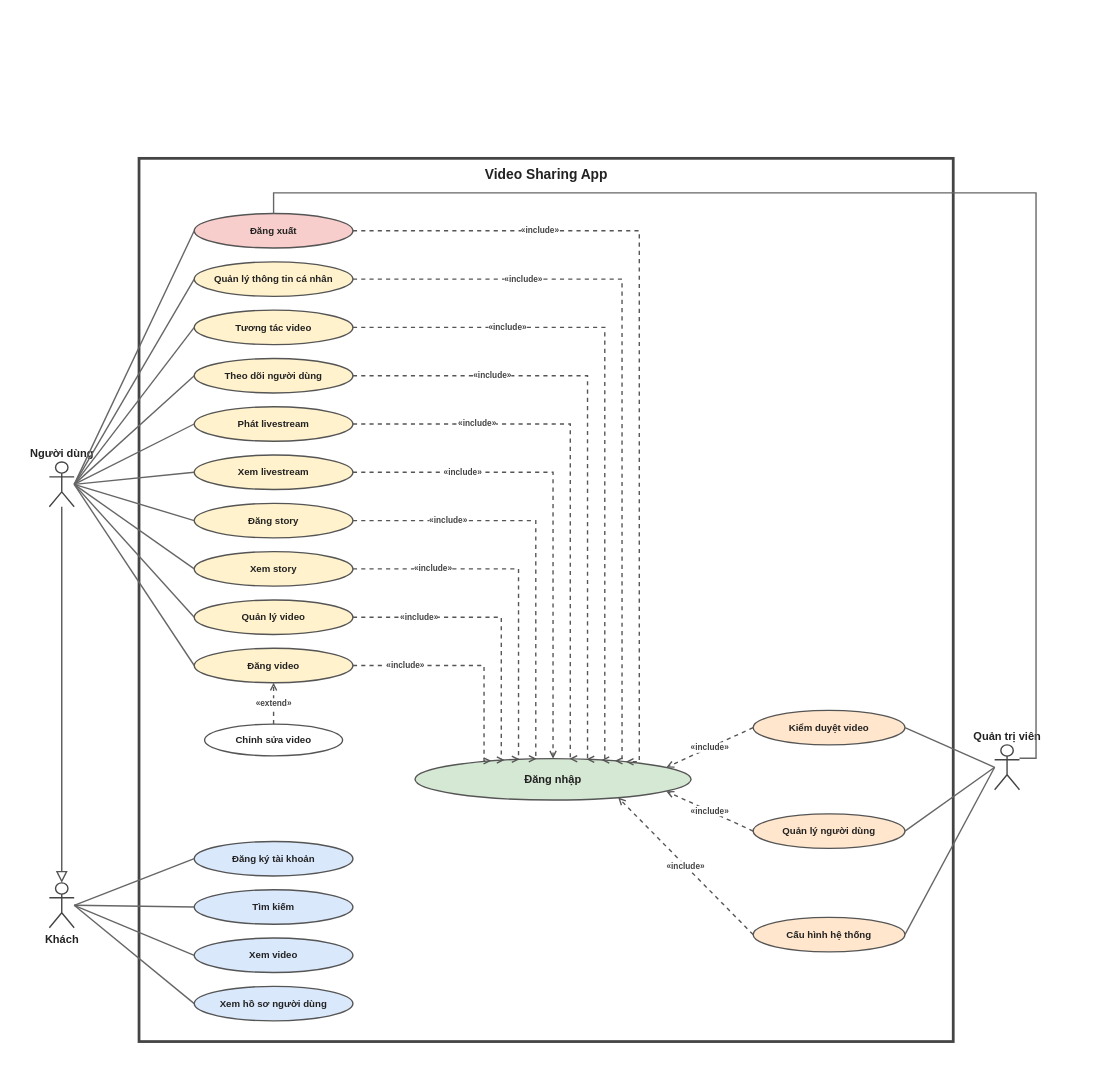
Earlier version of the draw.io diagram docs/uml/01_usecase.drawio (khanh2925/video-sharing-app). Source tidied: cells renumbered, new cells numbered last; positions are measured from the earlier drawing's top-left corner, leaving out a move shared by most shapes. Both pictures are drawn from the tidied source at 69%, with x=0, y=0 at pixel (49, 158).
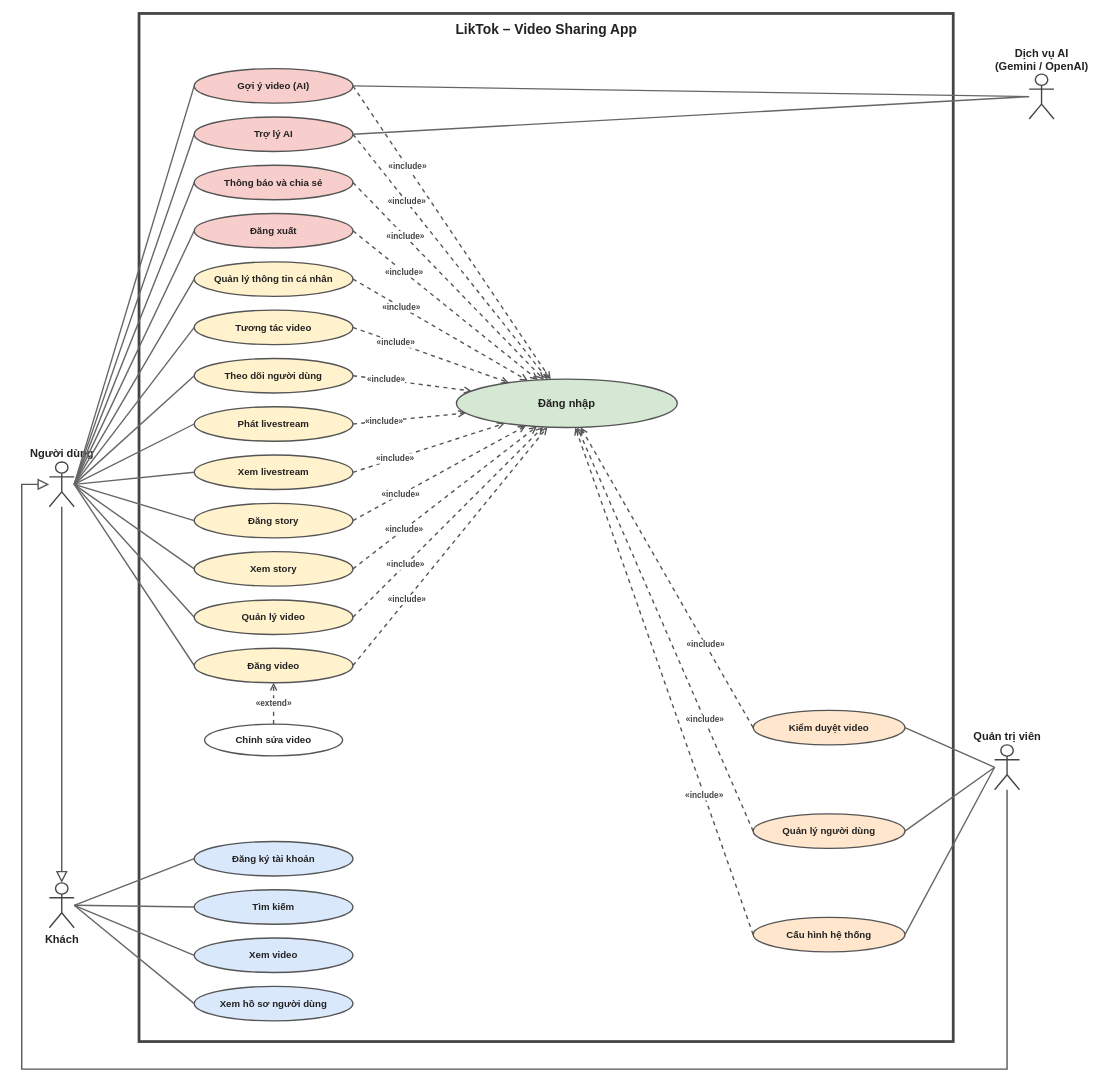
The same page after the edit.

The change refers to these unchanged cells:
```xml
<mxCell id="4" value="Người dùng" style="shape=umlActor;verticalLabelPosition=top;verticalAlign=bottom;html=1;fontFamily=Arial;fontSize=16;fontStyle=1;strokeColor=#444444;strokeWidth=2;fontColor=#222222;" parent="1" vertex="1">
  <mxGeometry y="440" width="36" height="65" as="geometry" />
</mxCell>
<mxCell id="5" value="Đăng xuất" style="ellipse;whiteSpace=wrap;html=1;fontFamily=Arial;fontSize=14;fontStyle=1;strokeColor=#555555;strokeWidth=2;fillColor=#f8cecc;fontColor=#222222;" parent="1" vertex="1">
  <mxGeometry x="210" y="80" width="230" height="50" as="geometry" />
</mxCell>
<mxCell id="6" value="Quản lý thông tin cá nhân" style="ellipse;whiteSpace=wrap;html=1;fontFamily=Arial;fontSize=14;fontStyle=1;strokeColor=#555555;strokeWidth=2;fillColor=#fff2cc;fontColor=#222222;" parent="1" vertex="1">
  <mxGeometry x="210" y="150" width="230" height="50" as="geometry" />
</mxCell>
<mxCell id="7" value="Tương tác video" style="ellipse;whiteSpace=wrap;html=1;fontFamily=Arial;fontSize=14;fontStyle=1;strokeColor=#555555;strokeWidth=2;fillColor=#fff2cc;fontColor=#222222;" parent="1" vertex="1">
  <mxGeometry x="210" y="220" width="230" height="50" as="geometry" />
</mxCell>
<mxCell id="8" value="Theo dõi người dùng" style="ellipse;whiteSpace=wrap;html=1;fontFamily=Arial;fontSize=14;fontStyle=1;strokeColor=#555555;strokeWidth=2;fillColor=#fff2cc;fontColor=#222222;" parent="1" vertex="1">
  <mxGeometry x="210" y="290" width="230" height="50" as="geometry" />
</mxCell>
<mxCell id="9" value="Phát livestream" style="ellipse;whiteSpace=wrap;html=1;fontFamily=Arial;fontSize=14;fontStyle=1;strokeColor=#555555;strokeWidth=2;fillColor=#fff2cc;fontColor=#222222;" parent="1" vertex="1">
  <mxGeometry x="210" y="360" width="230" height="50" as="geometry" />
</mxCell>
<mxCell id="10" value="Xem livestream" style="ellipse;whiteSpace=wrap;html=1;fontFamily=Arial;fontSize=14;fontStyle=1;strokeColor=#555555;strokeWidth=2;fillColor=#fff2cc;fontColor=#222222;" parent="1" vertex="1">
  <mxGeometry x="210" y="430" width="230" height="50" as="geometry" />
</mxCell>
<mxCell id="11" value="Đăng story" style="ellipse;whiteSpace=wrap;html=1;fontFamily=Arial;fontSize=14;fontStyle=1;strokeColor=#555555;strokeWidth=2;fillColor=#fff2cc;fontColor=#222222;" parent="1" vertex="1">
  <mxGeometry x="210" y="500" width="230" height="50" as="geometry" />
</mxCell>
<mxCell id="12" value="Xem story" style="ellipse;whiteSpace=wrap;html=1;fontFamily=Arial;fontSize=14;fontStyle=1;strokeColor=#555555;strokeWidth=2;fillColor=#fff2cc;fontColor=#222222;" parent="1" vertex="1">
  <mxGeometry x="210" y="570" width="230" height="50" as="geometry" />
</mxCell>
<mxCell id="13" value="Quản lý video" style="ellipse;whiteSpace=wrap;html=1;fontFamily=Arial;fontSize=14;fontStyle=1;strokeColor=#555555;strokeWidth=2;fillColor=#fff2cc;fontColor=#222222;" parent="1" vertex="1">
  <mxGeometry x="210" y="640" width="230" height="50" as="geometry" />
</mxCell>
<mxCell id="14" value="Đăng video" style="ellipse;whiteSpace=wrap;html=1;fontFamily=Arial;fontSize=14;fontStyle=1;strokeColor=#555555;strokeWidth=2;fillColor=#fff2cc;fontColor=#222222;" parent="1" vertex="1">
  <mxGeometry x="210" y="710" width="230" height="50" as="geometry" />
</mxCell>
<mxCell id="48" value="Quản trị viên" style="shape=umlActor;verticalLabelPosition=top;verticalAlign=bottom;html=1;fontFamily=Arial;fontSize=16;fontStyle=1;strokeColor=#444444;strokeWidth=2;fontColor=#222222;" parent="1" vertex="1">
  <mxGeometry x="1370" y="850" width="36" height="65" as="geometry" />
</mxCell>
<mxCell id="49" value="Kiểm duyệt video" style="ellipse;whiteSpace=wrap;html=1;fontFamily=Arial;fontSize=14;fontStyle=1;strokeColor=#555555;strokeWidth=2;fillColor=#ffe6cc;fontColor=#222222;" parent="1" vertex="1">
  <mxGeometry x="1020" y="800" width="220" height="50" as="geometry" />
</mxCell>
<mxCell id="50" value="Quản lý người dùng" style="ellipse;whiteSpace=wrap;html=1;fontFamily=Arial;fontSize=14;fontStyle=1;strokeColor=#555555;strokeWidth=2;fillColor=#ffe6cc;fontColor=#222222;" parent="1" vertex="1">
  <mxGeometry x="1020" y="950" width="220" height="50" as="geometry" />
</mxCell>
<mxCell id="51" value="Cấu hình hệ thống" style="ellipse;whiteSpace=wrap;html=1;fontFamily=Arial;fontSize=14;fontStyle=1;strokeColor=#555555;strokeWidth=2;fillColor=#ffe6cc;fontColor=#222222;" parent="1" vertex="1">
  <mxGeometry x="1020" y="1100" width="220" height="50" as="geometry" />
</mxCell>
```

Diff of the diagram source:
```diff
@@
     <mxCell id="2" style="rounded=0;whiteSpace=wrap;html=1;fillColor=#ffffff;strokeColor=#444444;strokeWidth=4;" parent="1" vertex="1">
-      <mxGeometry x="130" width="1180" height="1280" as="geometry" />
+      <mxGeometry x="130" y="-210" width="1180" height="1490" as="geometry" />
     </mxCell>
-    <mxCell id="3" value="Video Sharing App" style="text;html=1;align=center;verticalAlign=middle;fontFamily=Arial;fontSize=20;fontStyle=1;strokeColor=none;fillColor=none;fontColor=#222222;" parent="1" vertex="1">
-      <mxGeometry x="370" y="8" width="700" height="28" as="geometry" />
+    <mxCell id="3" value="LikTok – Video Sharing App" style="text;html=1;align=center;verticalAlign=middle;fontFamily=Arial;fontSize=20;fontStyle=1;strokeColor=none;fillColor=none;fontColor=#222222;" parent="1" vertex="1">
+      <mxGeometry x="370" y="-202" width="700" height="28" as="geometry" />
     </mxCell>
@@
     <mxCell id="27" value="Đăng nhập" style="ellipse;whiteSpace=wrap;html=1;fontFamily=Arial;fontSize=16;fontStyle=1;strokeColor=#555555;strokeWidth=2;fillColor=#d5e8d4;fontColor=#222222;" parent="1" vertex="1">
-      <mxGeometry x="530" y="870" width="400" height="60" as="geometry" />
+      <mxGeometry x="590" y="320" width="320" height="70" as="geometry" />
     </mxCell>
-    <mxCell id="28" value="«include»" style="rounded=0;html=1;fontFamily=Arial;fontSize=12;fontStyle=1;fontColor=#444444;labelBackgroundColor=#ffffff;strokeColor=#555555;strokeWidth=2;endArrow=open;endFill=0;endSize=7;dashed=1;edgeStyle=orthogonalEdgeStyle;exitX=1;exitY=0.5;exitDx=0;exitDy=0;entryX=0.812;entryY=0;entryDx=0;entryDy=0;" parent="1" edge="1" source="5" target="27">
-      <mxGeometry x="-0.55" relative="1" as="geometry">
-        <Array as="points">
-          <mxPoint x="855" y="105" />
-        </Array>
-      </mxGeometry>
+    <mxCell id="28" value="«include»" style="rounded=0;html=1;fontFamily=Arial;fontSize=12;fontStyle=1;fontColor=#444444;labelBackgroundColor=#ffffff;strokeColor=#555555;strokeWidth=2;endArrow=open;endFill=0;endSize=7;dashed=1;exitX=1;exitY=0.5;exitDx=0;exitDy=0;" parent="1" edge="1" source="5" target="27">
+      <mxGeometry x="-0.45" relative="1" as="geometry" />
     </mxCell>
-    <mxCell id="29" value="«include»" style="rounded=0;html=1;fontFamily=Arial;fontSize=12;fontStyle=1;fontColor=#444444;labelBackgroundColor=#ffffff;strokeColor=#555555;strokeWidth=2;endArrow=open;endFill=0;endSize=7;dashed=1;edgeStyle=orthogonalEdgeStyle;exitX=1;exitY=0.5;exitDx=0;exitDy=0;entryX=0.750;entryY=0;entryDx=0;entryDy=0;" parent="1" edge="1" source="6" target="27">
-      <mxGeometry x="-0.55" relative="1" as="geometry">
-        <Array as="points">
-          <mxPoint x="830" y="175" />
-        </Array>
-      </mxGeometry>
+    <mxCell id="29" value="«include»" style="rounded=0;html=1;fontFamily=Arial;fontSize=12;fontStyle=1;fontColor=#444444;labelBackgroundColor=#ffffff;strokeColor=#555555;strokeWidth=2;endArrow=open;endFill=0;endSize=7;dashed=1;exitX=1;exitY=0.5;exitDx=0;exitDy=0;" parent="1" edge="1" source="6" target="27">
+      <mxGeometry x="-0.45" relative="1" as="geometry" />
     </mxCell>
-    <mxCell id="30" value="«include»" style="rounded=0;html=1;fontFamily=Arial;fontSize=12;fontStyle=1;fontColor=#444444;labelBackgroundColor=#ffffff;strokeColor=#555555;strokeWidth=2;endArrow=open;endFill=0;endSize=7;dashed=1;edgeStyle=orthogonalEdgeStyle;exitX=1;exitY=0.5;exitDx=0;exitDy=0;entryX=0.688;entryY=0;entryDx=0;entryDy=0;" parent="1" edge="1" source="7" target="27">
-      <mxGeometry x="-0.55" relative="1" as="geometry">
-        <Array as="points">
-          <mxPoint x="805" y="245" />
-        </Array>
-      </mxGeometry>
+    <mxCell id="30" value="«include»" style="rounded=0;html=1;fontFamily=Arial;fontSize=12;fontStyle=1;fontColor=#444444;labelBackgroundColor=#ffffff;strokeColor=#555555;strokeWidth=2;endArrow=open;endFill=0;endSize=7;dashed=1;exitX=1;exitY=0.5;exitDx=0;exitDy=0;" parent="1" edge="1" source="7" target="27">
+      <mxGeometry x="-0.45" relative="1" as="geometry" />
     </mxCell>
-    <mxCell id="31" value="«include»" style="rounded=0;html=1;fontFamily=Arial;fontSize=12;fontStyle=1;fontColor=#444444;labelBackgroundColor=#ffffff;strokeColor=#555555;strokeWidth=2;endArrow=open;endFill=0;endSize=7;dashed=1;edgeStyle=orthogonalEdgeStyle;exitX=1;exitY=0.5;exitDx=0;exitDy=0;entryX=0.625;entryY=0;entryDx=0;entryDy=0;" parent="1" edge="1" source="8" target="27">
-      <mxGeometry x="-0.55" relative="1" as="geometry">
-        <Array as="points">
-          <mxPoint x="780" y="315" />
-        </Array>
-      </mxGeometry>
+    <mxCell id="31" value="«include»" style="rounded=0;html=1;fontFamily=Arial;fontSize=12;fontStyle=1;fontColor=#444444;labelBackgroundColor=#ffffff;strokeColor=#555555;strokeWidth=2;endArrow=open;endFill=0;endSize=7;dashed=1;exitX=1;exitY=0.5;exitDx=0;exitDy=0;" parent="1" edge="1" source="8" target="27">
+      <mxGeometry x="-0.45" relative="1" as="geometry" />
     </mxCell>
-    <mxCell id="32" value="«include»" style="rounded=0;html=1;fontFamily=Arial;fontSize=12;fontStyle=1;fontColor=#444444;labelBackgroundColor=#ffffff;strokeColor=#555555;strokeWidth=2;endArrow=open;endFill=0;endSize=7;dashed=1;edgeStyle=orthogonalEdgeStyle;exitX=1;exitY=0.5;exitDx=0;exitDy=0;entryX=0.562;entryY=0;entryDx=0;entryDy=0;" parent="1" edge="1" source="9" target="27">
-      <mxGeometry x="-0.55" relative="1" as="geometry">
-        <Array as="points">
-          <mxPoint x="755" y="385" />
-        </Array>
-      </mxGeometry>
+    <mxCell id="32" value="«include»" style="rounded=0;html=1;fontFamily=Arial;fontSize=12;fontStyle=1;fontColor=#444444;labelBackgroundColor=#ffffff;strokeColor=#555555;strokeWidth=2;endArrow=open;endFill=0;endSize=7;dashed=1;exitX=1;exitY=0.5;exitDx=0;exitDy=0;" parent="1" edge="1" source="9" target="27">
+      <mxGeometry x="-0.45" relative="1" as="geometry" />
     </mxCell>
-    <mxCell id="33" value="«include»" style="rounded=0;html=1;fontFamily=Arial;fontSize=12;fontStyle=1;fontColor=#444444;labelBackgroundColor=#ffffff;strokeColor=#555555;strokeWidth=2;endArrow=open;endFill=0;endSize=7;dashed=1;edgeStyle=orthogonalEdgeStyle;exitX=1;exitY=0.5;exitDx=0;exitDy=0;entryX=0.500;entryY=0;entryDx=0;entryDy=0;" parent="1" edge="1" source="10" target="27">
-      <mxGeometry x="-0.55" relative="1" as="geometry">
-        <Array as="points">
-          <mxPoint x="730" y="455" />
-        </Array>
-      </mxGeometry>
+    <mxCell id="33" value="«include»" style="rounded=0;html=1;fontFamily=Arial;fontSize=12;fontStyle=1;fontColor=#444444;labelBackgroundColor=#ffffff;strokeColor=#555555;strokeWidth=2;endArrow=open;endFill=0;endSize=7;dashed=1;exitX=1;exitY=0.5;exitDx=0;exitDy=0;" parent="1" edge="1" source="10" target="27">
+      <mxGeometry x="-0.45" relative="1" as="geometry" />
     </mxCell>
-    <mxCell id="34" value="«include»" style="rounded=0;html=1;fontFamily=Arial;fontSize=12;fontStyle=1;fontColor=#444444;labelBackgroundColor=#ffffff;strokeColor=#555555;strokeWidth=2;endArrow=open;endFill=0;endSize=7;dashed=1;edgeStyle=orthogonalEdgeStyle;exitX=1;exitY=0.5;exitDx=0;exitDy=0;entryX=0.438;entryY=0;entryDx=0;entryDy=0;" parent="1" edge="1" source="11" target="27">
-      <mxGeometry x="-0.55" relative="1" as="geometry">
-        <Array as="points">
-          <mxPoint x="705" y="525" />
-        </Array>
-      </mxGeometry>
+    <mxCell id="34" value="«include»" style="rounded=0;html=1;fontFamily=Arial;fontSize=12;fontStyle=1;fontColor=#444444;labelBackgroundColor=#ffffff;strokeColor=#555555;strokeWidth=2;endArrow=open;endFill=0;endSize=7;dashed=1;exitX=1;exitY=0.5;exitDx=0;exitDy=0;" parent="1" edge="1" source="11" target="27">
+      <mxGeometry x="-0.45" relative="1" as="geometry" />
     </mxCell>
-    <mxCell id="35" value="«include»" style="rounded=0;html=1;fontFamily=Arial;fontSize=12;fontStyle=1;fontColor=#444444;labelBackgroundColor=#ffffff;strokeColor=#555555;strokeWidth=2;endArrow=open;endFill=0;endSize=7;dashed=1;edgeStyle=orthogonalEdgeStyle;exitX=1;exitY=0.5;exitDx=0;exitDy=0;entryX=0.375;entryY=0;entryDx=0;entryDy=0;" parent="1" edge="1" source="12" target="27">
-      <mxGeometry x="-0.55" relative="1" as="geometry">
-        <Array as="points">
-          <mxPoint x="680" y="595" />
-        </Array>
-      </mxGeometry>
+    <mxCell id="35" value="«include»" style="rounded=0;html=1;fontFamily=Arial;fontSize=12;fontStyle=1;fontColor=#444444;labelBackgroundColor=#ffffff;strokeColor=#555555;strokeWidth=2;endArrow=open;endFill=0;endSize=7;dashed=1;exitX=1;exitY=0.5;exitDx=0;exitDy=0;" parent="1" edge="1" source="12" target="27">
+      <mxGeometry x="-0.45" relative="1" as="geometry" />
     </mxCell>
-    <mxCell id="36" value="«include»" style="rounded=0;html=1;fontFamily=Arial;fontSize=12;fontStyle=1;fontColor=#444444;labelBackgroundColor=#ffffff;strokeColor=#555555;strokeWidth=2;endArrow=open;endFill=0;endSize=7;dashed=1;edgeStyle=orthogonalEdgeStyle;exitX=1;exitY=0.5;exitDx=0;exitDy=0;entryX=0.312;entryY=0;entryDx=0;entryDy=0;" parent="1" edge="1" source="13" target="27">
-      <mxGeometry x="-0.55" relative="1" as="geometry">
-        <Array as="points">
-          <mxPoint x="655" y="665" />
-        </Array>
-      </mxGeometry>
+    <mxCell id="36" value="«include»" style="rounded=0;html=1;fontFamily=Arial;fontSize=12;fontStyle=1;fontColor=#444444;labelBackgroundColor=#ffffff;strokeColor=#555555;strokeWidth=2;endArrow=open;endFill=0;endSize=7;dashed=1;exitX=1;exitY=0.5;exitDx=0;exitDy=0;" parent="1" edge="1" source="13" target="27">
+      <mxGeometry x="-0.45" relative="1" as="geometry" />
     </mxCell>
-    <mxCell id="37" value="«include»" style="rounded=0;html=1;fontFamily=Arial;fontSize=12;fontStyle=1;fontColor=#444444;labelBackgroundColor=#ffffff;strokeColor=#555555;strokeWidth=2;endArrow=open;endFill=0;endSize=7;dashed=1;edgeStyle=orthogonalEdgeStyle;exitX=1;exitY=0.5;exitDx=0;exitDy=0;entryX=0.250;entryY=0;entryDx=0;entryDy=0;" parent="1" edge="1" source="14" target="27">
-      <mxGeometry x="-0.55" relative="1" as="geometry">
-        <Array as="points">
-          <mxPoint x="630" y="735" />
-        </Array>
-      </mxGeometry>
+    <mxCell id="37" value="«include»" style="rounded=0;html=1;fontFamily=Arial;fontSize=12;fontStyle=1;fontColor=#444444;labelBackgroundColor=#ffffff;strokeColor=#555555;strokeWidth=2;endArrow=open;endFill=0;endSize=7;dashed=1;exitX=1;exitY=0.5;exitDx=0;exitDy=0;" parent="1" edge="1" source="14" target="27">
+      <mxGeometry x="-0.45" relative="1" as="geometry" />
     </mxCell>
@@
-    <mxCell id="55" value="«include»" style="rounded=0;html=1;fontFamily=Arial;fontSize=12;fontStyle=1;fontColor=#444444;labelBackgroundColor=#ffffff;strokeColor=#555555;strokeWidth=2;endArrow=open;endFill=0;endSize=7;dashed=1;exitX=0;exitY=0.5;exitDx=0;exitDy=0;entryX=0.93;entryY=0.2;entryDx=0;entryDy=0;" parent="1" edge="1" source="49" target="27">
-      <mxGeometry relative="1" as="geometry" />
+    <mxCell id="55" value="«include»" style="rounded=0;html=1;fontFamily=Arial;fontSize=12;fontStyle=1;fontColor=#444444;labelBackgroundColor=#ffffff;strokeColor=#555555;strokeWidth=2;endArrow=open;endFill=0;endSize=7;dashed=1;exitX=0;exitY=0.5;exitDx=0;exitDy=0;" parent="1" edge="1" source="49" target="27">
+      <mxGeometry x="-0.45" relative="1" as="geometry" />
     </mxCell>
-    <mxCell id="56" value="«include»" style="rounded=0;html=1;fontFamily=Arial;fontSize=12;fontStyle=1;fontColor=#444444;labelBackgroundColor=#ffffff;strokeColor=#555555;strokeWidth=2;endArrow=open;endFill=0;endSize=7;dashed=1;exitX=0;exitY=0.5;exitDx=0;exitDy=0;entryX=0.93;entryY=0.8;entryDx=0;entryDy=0;" parent="1" edge="1" source="50" target="27">
-      <mxGeometry relative="1" as="geometry" />
+    <mxCell id="56" value="«include»" style="rounded=0;html=1;fontFamily=Arial;fontSize=12;fontStyle=1;fontColor=#444444;labelBackgroundColor=#ffffff;strokeColor=#555555;strokeWidth=2;endArrow=open;endFill=0;endSize=7;dashed=1;exitX=0;exitY=0.5;exitDx=0;exitDy=0;" parent="1" edge="1" source="50" target="27">
+      <mxGeometry x="-0.45" relative="1" as="geometry" />
     </mxCell>
-    <mxCell id="57" value="«include»" style="rounded=0;html=1;fontFamily=Arial;fontSize=12;fontStyle=1;fontColor=#444444;labelBackgroundColor=#ffffff;strokeColor=#555555;strokeWidth=2;endArrow=open;endFill=0;endSize=7;dashed=1;exitX=0;exitY=0.5;exitDx=0;exitDy=0;entryX=0.75;entryY=0.97;entryDx=0;entryDy=0;" parent="1" edge="1" source="51" target="27">
-      <mxGeometry relative="1" as="geometry" />
+    <mxCell id="57" value="«include»" style="rounded=0;html=1;fontFamily=Arial;fontSize=12;fontStyle=1;fontColor=#444444;labelBackgroundColor=#ffffff;strokeColor=#555555;strokeWidth=2;endArrow=open;endFill=0;endSize=7;dashed=1;exitX=0;exitY=0.5;exitDx=0;exitDy=0;" parent="1" edge="1" source="51" target="27">
+      <mxGeometry x="-0.45" relative="1" as="geometry" />
     </mxCell>
-    <mxCell id="58" style="rounded=0;html=1;strokeColor=#666666;strokeWidth=2;endArrow=none;endFill=0;edgeStyle=orthogonalEdgeStyle;exitX=1;exitY=0.3;exitDx=0;exitDy=0;entryX=0.5;entryY=0;entryDx=0;entryDy=0;" parent="1" edge="1" source="48" target="5">
+    <mxCell id="58" style="rounded=0;html=1;strokeColor=#555555;strokeWidth=2;endArrow=block;endFill=0;endSize=12;edgeStyle=orthogonalEdgeStyle;exitX=0.5;exitY=1;exitDx=0;exitDy=0;entryX=0;entryY=0.5;entryDx=0;entryDy=0;" parent="1" edge="1" source="48" target="4">
       <mxGeometry relative="1" as="geometry">
         <Array as="points">
-          <mxPoint x="1430" y="870" />
-          <mxPoint x="1430" y="50" />
-          <mxPoint x="325" y="50" />
+          <mxPoint x="1388" y="1320" />
+          <mxPoint x="-40" y="1320" />
+          <mxPoint x="-40" y="472" />
         </Array>
       </mxGeometry>
     </mxCell>
+    <mxCell id="59" value="Thông báo và chia sẻ" style="ellipse;whiteSpace=wrap;html=1;fontFamily=Arial;fontSize=14;fontStyle=1;strokeColor=#555555;strokeWidth=2;fillColor=#f8cecc;fontColor=#222222;" parent="1" vertex="1">
+      <mxGeometry x="210" y="10" width="230" height="50" as="geometry" />
+    </mxCell>
+    <mxCell id="60" style="rounded=0;html=1;strokeColor=#666666;strokeWidth=2;endArrow=none;endFill=0;exitX=1;exitY=0.5;exitDx=0;exitDy=0;entryX=0;entryY=0.5;" parent="1" edge="1" source="4" target="59">
+      <mxGeometry relative="1" as="geometry" />
+    </mxCell>
+    <mxCell id="61" value="«include»" style="rounded=0;html=1;fontFamily=Arial;fontSize=12;fontStyle=1;fontColor=#444444;labelBackgroundColor=#ffffff;strokeColor=#555555;strokeWidth=2;endArrow=open;endFill=0;endSize=7;dashed=1;exitX=1;exitY=0.5;exitDx=0;exitDy=0;" parent="1" edge="1" source="59" target="27">
+      <mxGeometry x="-0.45" relative="1" as="geometry" />
+    </mxCell>
+    <mxCell id="62" value="Gợi ý video (AI)" style="ellipse;whiteSpace=wrap;html=1;fontFamily=Arial;fontSize=14;fontStyle=1;strokeColor=#555555;strokeWidth=2;fillColor=#f8cecc;fontColor=#222222;" parent="1" vertex="1">
+      <mxGeometry x="210" y="-130" width="230" height="50" as="geometry" />
+    </mxCell>
+    <mxCell id="63" style="rounded=0;html=1;strokeColor=#666666;strokeWidth=2;endArrow=none;endFill=0;exitX=1;exitY=0.5;exitDx=0;exitDy=0;entryX=0;entryY=0.5;" parent="1" edge="1" source="4" target="62">
+      <mxGeometry relative="1" as="geometry" />
+    </mxCell>
+    <mxCell id="64" value="«include»" style="rounded=0;html=1;fontFamily=Arial;fontSize=12;fontStyle=1;fontColor=#444444;labelBackgroundColor=#ffffff;strokeColor=#555555;strokeWidth=2;endArrow=open;endFill=0;endSize=7;dashed=1;exitX=1;exitY=0.5;exitDx=0;exitDy=0;" parent="1" edge="1" source="62" target="27">
+      <mxGeometry x="-0.45" relative="1" as="geometry" />
+    </mxCell>
+    <mxCell id="65" value="Trợ lý AI" style="ellipse;whiteSpace=wrap;html=1;fontFamily=Arial;fontSize=14;fontStyle=1;strokeColor=#555555;strokeWidth=2;fillColor=#f8cecc;fontColor=#222222;" parent="1" vertex="1">
+      <mxGeometry x="210" y="-60" width="230" height="50" as="geometry" />
+    </mxCell>
+    <mxCell id="66" style="rounded=0;html=1;strokeColor=#666666;strokeWidth=2;endArrow=none;endFill=0;exitX=1;exitY=0.5;exitDx=0;exitDy=0;entryX=0;entryY=0.5;" parent="1" edge="1" source="4" target="65">
+      <mxGeometry relative="1" as="geometry" />
+    </mxCell>
+    <mxCell id="67" value="«include»" style="rounded=0;html=1;fontFamily=Arial;fontSize=12;fontStyle=1;fontColor=#444444;labelBackgroundColor=#ffffff;strokeColor=#555555;strokeWidth=2;endArrow=open;endFill=0;endSize=7;dashed=1;exitX=1;exitY=0.5;exitDx=0;exitDy=0;" parent="1" edge="1" source="65" target="27">
+      <mxGeometry x="-0.45" relative="1" as="geometry" />
+    </mxCell>
+    <mxCell id="68" value="Dịch vụ AI&lt;br&gt;(Gemini / OpenAI)" style="shape=umlActor;verticalLabelPosition=top;verticalAlign=bottom;html=1;fontFamily=Arial;fontSize=16;fontStyle=1;strokeColor=#444444;strokeWidth=2;fontColor=#222222;" parent="1" vertex="1">
+      <mxGeometry x="1420" y="-122" width="36" height="65" as="geometry" />
+    </mxCell>
+    <mxCell id="69" style="rounded=0;html=1;strokeColor=#666666;strokeWidth=2;endArrow=none;endFill=0;exitX=0;exitY=0.3;exitDx=0;exitDy=0;entryX=0.86;entryY=0.12;entryDx=0;entryDy=0;exitX=0;exitY=0.5;exitDx=0;exitDy=0;entryX=1;entryY=0.5;entryDx=0;entryDy=0;" parent="1" edge="1" source="68" target="62">
+      <mxGeometry relative="1" as="geometry" />
+    </mxCell>
+    <mxCell id="70" style="rounded=0;html=1;strokeColor=#666666;strokeWidth=2;endArrow=none;endFill=0;exitX=0;exitY=0.75;exitDx=0;exitDy=0;entryX=0.86;entryY=0.12;entryDx=0;entryDy=0;exitX=0;exitY=0.5;exitDx=0;exitDy=0;entryX=1;entryY=0.5;entryDx=0;entryDy=0;" parent="1" edge="1" source="68" target="65">
+      <mxGeometry relative="1" as="geometry" />
+    </mxCell>
```
